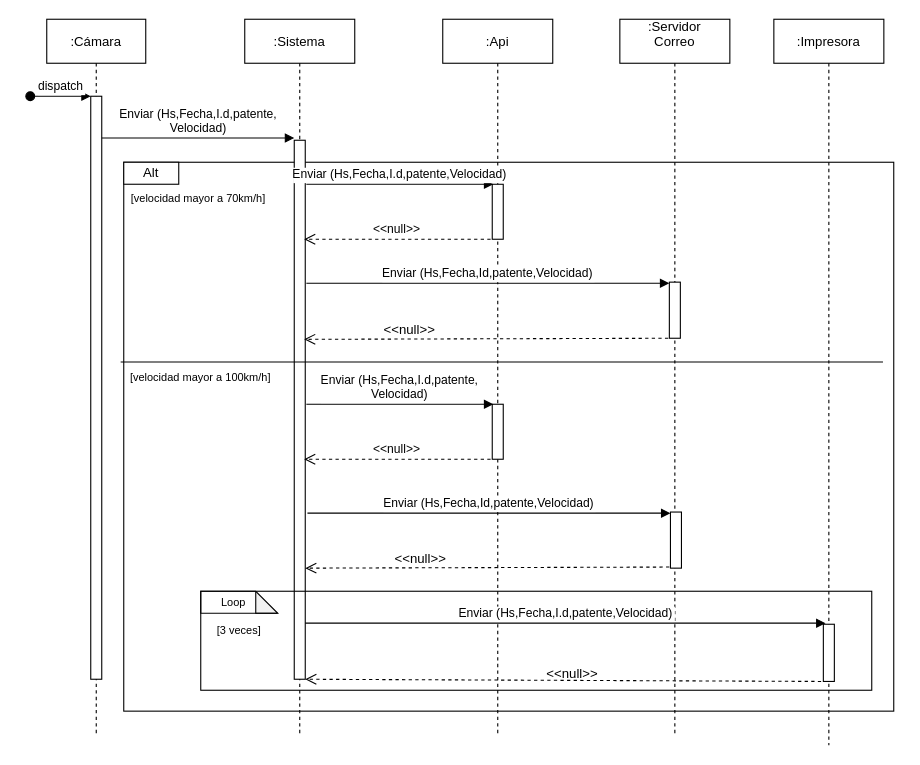
This is Diagrama sin título.drawio from natalia-0709/izo-isw1-tpds, a draw.io file, before an edit. Source tidied: cells renumbered, new cells numbered last; positions are measured from the earlier drawing's top-left corner, leaving out a move shared by most shapes. Both pictures are drawn from the tidied source at 110%, with x=0, y=0 at pixel (30, 19).
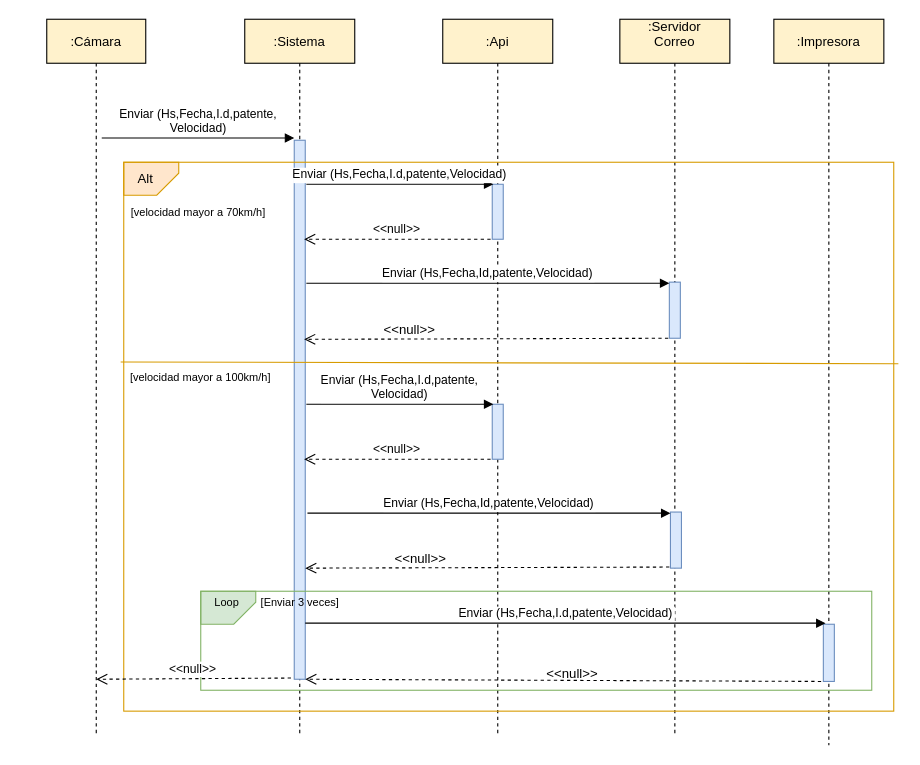
Above is the later version.

What changed in the source:
```diff
@@
-    <mxCell id="2" style="rounded=0;whiteSpace=wrap;html=1;" parent="1" vertex="1">
-      <mxGeometry x="85" y="130" width="700" height="499" as="geometry" />
-    </mxCell>
+    <mxCell id="39" style="verticalLabelPosition=bottom;verticalAlign=top;html=1;shape=card;whiteSpace=wrap;size=20;arcSize=12;fillColor=#d5e8d4;rotation=-180;strokeColor=#82b366;" parent="1" vertex="1">
+      <mxGeometry x="155" y="520" width="50" height="30" as="geometry" />
+    </mxCell>
+    <mxCell id="40" style="verticalLabelPosition=bottom;verticalAlign=top;html=1;shape=card;whiteSpace=wrap;size=20;arcSize=12;fillColor=#ffe6cc;rotation=-180;strokeColor=#d79b00;" parent="1" vertex="1">
+      <mxGeometry x="85" y="130" width="50" height="30" as="geometry" />
+    </mxCell>
-    <mxCell id="3" value=":Cámara" style="shape=umlLifeline;perimeter=lifelinePerimeter;rounded=0;shadow=0;strokeWidth=1;" parent="1" vertex="1">
+    <mxCell id="3" value=":Cámara" style="shape=umlLifeline;perimeter=lifelinePerimeter;rounded=0;shadow=0;strokeWidth=1;fillColor=#fff2cc;strokeColor=default;" parent="1" vertex="1">
       <mxGeometry x="15" width="90" height="650" as="geometry" />
     </mxCell>
-    <mxCell id="4" style="points=[];perimeter=orthogonalPerimeter;rounded=0;shadow=0;strokeWidth=1;" parent="3" vertex="1">
-      <mxGeometry x="40" y="70" width="10" height="530" as="geometry" />
-    </mxCell>
-    <mxCell id="5" value="dispatch" style="verticalAlign=bottom;startArrow=oval;endArrow=block;startSize=8;shadow=0;strokeWidth=1;" parent="3" edge="1" target="4">
-      <mxGeometry relative="1" as="geometry">
-        <mxPoint x="-15" y="70" as="sourcePoint" />
-      </mxGeometry>
-    </mxCell>
-    <mxCell id="6" value=":Sistema" style="shape=umlLifeline;perimeter=lifelinePerimeter;rounded=0;shadow=0;strokeWidth=1;" parent="1" vertex="1">
+    <mxCell id="6" value=":Sistema" style="shape=umlLifeline;perimeter=lifelinePerimeter;rounded=0;shadow=0;strokeWidth=1;fillColor=#fff2cc;strokeColor=default;" parent="1" vertex="1">
       <mxGeometry x="195" width="100" height="650" as="geometry" />
     </mxCell>
-    <mxCell id="7" style="points=[];perimeter=orthogonalPerimeter;rounded=0;shadow=0;strokeWidth=1;" parent="6" vertex="1">
+    <mxCell id="7" style="points=[];perimeter=orthogonalPerimeter;rounded=0;shadow=0;strokeWidth=1;fillColor=#dae8fc;strokeColor=#6c8ebf;" parent="6" vertex="1">
       <mxGeometry x="45" y="110" width="10" height="490" as="geometry" />
     </mxCell>
@@
-    <mxCell id="9" value=":Api" style="shape=umlLifeline;perimeter=lifelinePerimeter;rounded=0;shadow=0;strokeWidth=1;" parent="1" vertex="1">
+    <mxCell id="9" value=":Api" style="shape=umlLifeline;perimeter=lifelinePerimeter;rounded=0;shadow=0;strokeWidth=1;fillColor=#fff2cc;strokeColor=default;" parent="1" vertex="1">
       <mxGeometry x="375" width="100" height="650" as="geometry" />
     </mxCell>
-    <mxCell id="10" style="perimeter=orthogonalPerimeter;rounded=0;shadow=0;strokeWidth=1;" parent="9" vertex="1">
+    <mxCell id="10" style="perimeter=orthogonalPerimeter;rounded=0;shadow=0;strokeWidth=1;fillColor=#dae8fc;strokeColor=#6c8ebf;" parent="9" vertex="1">
       <mxGeometry x="45" y="150" width="10" height="50" as="geometry" />
     </mxCell>
-    <mxCell id="11" style="perimeter=orthogonalPerimeter;rounded=0;shadow=0;strokeWidth=1;" parent="9" vertex="1">
+    <mxCell id="11" style="perimeter=orthogonalPerimeter;rounded=0;shadow=0;strokeWidth=1;fillColor=#dae8fc;strokeColor=#6c8ebf;" parent="9" vertex="1">
       <mxGeometry x="45" y="350" width="10" height="50" as="geometry" />
     </mxCell>
-    <mxCell id="12" value=":Servidor&#10;Correo&#10;" style="shape=umlLifeline;perimeter=lifelinePerimeter;rounded=0;shadow=0;strokeWidth=1;" parent="1" vertex="1">
+    <mxCell id="12" value=":Servidor&#10;Correo&#10;" style="shape=umlLifeline;perimeter=lifelinePerimeter;rounded=0;shadow=0;strokeWidth=1;fillColor=#fff2cc;strokeColor=default;" parent="1" vertex="1">
       <mxGeometry x="536" width="100" height="650" as="geometry" />
     </mxCell>
-    <mxCell id="13" style="perimeter=orthogonalPerimeter;rounded=0;shadow=0;strokeWidth=1;" parent="12" vertex="1">
+    <mxCell id="13" style="perimeter=orthogonalPerimeter;rounded=0;shadow=0;strokeWidth=1;fillColor=#dae8fc;strokeColor=#6c8ebf;" parent="12" vertex="1">
       <mxGeometry x="45" y="239" width="10" height="51" as="geometry" />
     </mxCell>
@@
-    <mxCell id="15" value=":Impresora" style="shape=umlLifeline;perimeter=lifelinePerimeter;rounded=0;shadow=0;strokeWidth=1;" parent="1" vertex="1">
+    <mxCell id="15" value=":Impresora" style="shape=umlLifeline;perimeter=lifelinePerimeter;rounded=0;shadow=0;strokeWidth=1;fillColor=#fff2cc;strokeColor=default;" parent="1" vertex="1">
       <mxGeometry x="676" width="100" height="660" as="geometry" />
     </mxCell>
-    <mxCell id="16" style="points=[];perimeter=orthogonalPerimeter;rounded=0;shadow=0;strokeWidth=1;" parent="15" vertex="1">
+    <mxCell id="16" style="points=[];perimeter=orthogonalPerimeter;rounded=0;shadow=0;strokeWidth=1;fillColor=#dae8fc;strokeColor=#6c8ebf;" parent="15" vertex="1">
       <mxGeometry x="45" y="550" width="10" height="52" as="geometry" />
     </mxCell>
+    <mxCell id="2" style="rounded=0;whiteSpace=wrap;html=1;fillColor=none;strokeColor=#d79b00;" parent="15" vertex="1">
+      <mxGeometry x="-591" y="130" width="700" height="499" as="geometry" />
+    </mxCell>
@@
-    <mxCell id="22" style="perimeter=orthogonalPerimeter;rounded=0;shadow=0;strokeWidth=1;" parent="1" vertex="1">
+    <mxCell id="22" style="perimeter=orthogonalPerimeter;rounded=0;shadow=0;strokeWidth=1;fillColor=#dae8fc;strokeColor=#6c8ebf;" parent="1" vertex="1">
       <mxGeometry x="582" y="448" width="10" height="51" as="geometry" />
     </mxCell>
@@
-    <mxCell id="30" style="endArrow=none;html=1;rounded=0;entryX=0.986;entryY=0.537;entryDx=0;entryDy=0;entryPerimeter=0;exitX=-0.004;exitY=0.537;exitDx=0;exitDy=0;exitPerimeter=0;" parent="1" edge="1">
+    <mxCell id="30" style="endArrow=none;html=1;rounded=0;entryX=1.006;entryY=0.367;entryDx=0;entryDy=0;entryPerimeter=0;exitX=-0.004;exitY=0.537;exitDx=0;exitDy=0;exitPerimeter=0;fillColor=#ffe6cc;strokeColor=#d79b00;" parent="1" edge="1" target="2">
       <mxGeometry relative="1" as="geometry">
         <mxPoint x="82.2" y="311.6" as="sourcePoint" />
-        <mxPoint x="775.2" y="311.6" as="targetPoint" />
       </mxGeometry>
     </mxCell>
-    <mxCell id="31" style="rounded=0;whiteSpace=wrap;html=1;" parent="1" vertex="1">
-      <mxGeometry x="85" y="130" width="50" height="20" as="geometry" />
-    </mxCell>
     <mxCell id="32" value="Alt" style="text;html=1;strokeColor=none;fillColor=none;align=center;verticalAlign=middle;whiteSpace=wrap;rounded=0;" parent="1" vertex="1">
-      <mxGeometry x="80" y="130" width="60" height="20" as="geometry" />
+      <mxGeometry x="75" y="135" width="60" height="20" as="geometry" />
     </mxCell>
     <mxCell id="33" value="&lt;font style=&quot;vertical-align: inherit; font-size: 10px;&quot;&gt;&lt;font style=&quot;vertical-align: inherit; font-size: 10px;&quot;&gt;[velocidad mayor a 70km/h]&lt;/font&gt;&lt;/font&gt;" style="text;html=1;strokeColor=none;fillColor=none;align=center;verticalAlign=middle;whiteSpace=wrap;rounded=0;fontSize=10;" parent="1" vertex="1">
-      <mxGeometry x="63" y="148" width="180" height="30" as="geometry" />
+      <mxGeometry x="63" y="160" width="180" height="30" as="geometry" />
     </mxCell>
@@
-    <mxCell id="35" style="rounded=0;whiteSpace=wrap;html=1;fontSize=10;fillColor=none;" parent="1" vertex="1">
+    <mxCell id="35" style="rounded=0;whiteSpace=wrap;html=1;fontSize=10;fillColor=none;strokeColor=#82b366;" parent="1" vertex="1">
       <mxGeometry x="155" y="520" width="610" height="90" as="geometry" />
     </mxCell>
-    <mxCell id="36" style="shape=note;whiteSpace=wrap;html=1;backgroundOutline=1;darkOpacity=0.05;fontSize=10;fillColor=none;" parent="1" vertex="1">
-      <mxGeometry x="155" y="520" width="70" height="20" as="geometry" />
-    </mxCell>
     <mxCell id="37" value="Loop" style="text;html=1;strokeColor=none;fillColor=none;align=center;verticalAlign=middle;whiteSpace=wrap;rounded=0;fontSize=10;" parent="1" vertex="1">
-      <mxGeometry x="155" y="515" width="60" height="30" as="geometry" />
+      <mxGeometry x="149" y="515" width="60" height="30" as="geometry" />
     </mxCell>
-    <mxCell id="38" value="&lt;font style=&quot;vertical-align: inherit; font-size: 10px;&quot;&gt;&lt;font style=&quot;vertical-align: inherit; font-size: 10px;&quot;&gt;[3 veces]&lt;/font&gt;&lt;/font&gt;" style="text;html=1;strokeColor=none;fillColor=none;align=center;verticalAlign=middle;whiteSpace=wrap;rounded=0;fontSize=10;" parent="1" vertex="1">
-      <mxGeometry x="165" y="540" width="50" height="30" as="geometry" />
+    <mxCell id="38" value="&lt;font style=&quot;vertical-align: inherit; font-size: 10px;&quot;&gt;&lt;font style=&quot;vertical-align: inherit; font-size: 10px;&quot;&gt;[Enviar 3 veces]&lt;/font&gt;&lt;/font&gt;" style="text;html=1;strokeColor=none;fillColor=none;align=center;verticalAlign=middle;whiteSpace=wrap;rounded=0;fontSize=10;" parent="1" vertex="1">
+      <mxGeometry x="202.5" y="515" width="85" height="30" as="geometry" />
     </mxCell>
+    <mxCell id="41" value="&lt;&lt;null&gt;&gt;" style="verticalAlign=bottom;endArrow=open;dashed=1;endSize=8;shadow=0;strokeWidth=1;exitX=0.2;exitY=0.61;exitDx=0;exitDy=0;exitPerimeter=0;" parent="1" edge="1">
+      <mxGeometry relative="1" as="geometry">
+        <mxPoint x="237" y="598.9" as="sourcePoint" />
+        <mxPoint x="60" y="600" as="targetPoint" />
+      </mxGeometry>
+    </mxCell>
```
